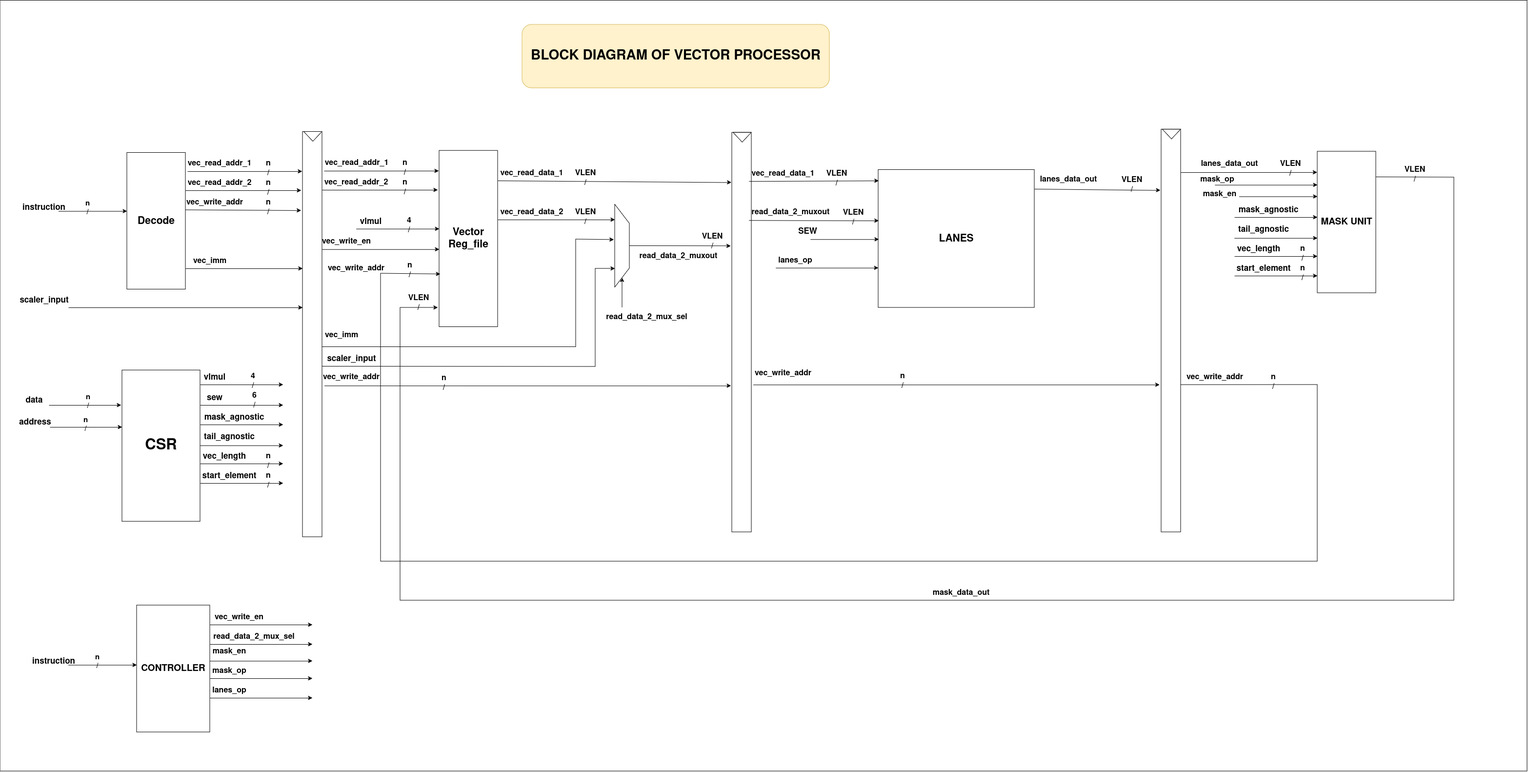
The draw.io diagram docs/vector_processor_docs/vector_processor_block_diagram.drawio.png in Fazail333/Vector-Co-processor, before a commit. Source tidied: cells renumbered, new cells last; positions are measured from the earlier drawing's top-left corner, leaving out a move shared by most shapes.
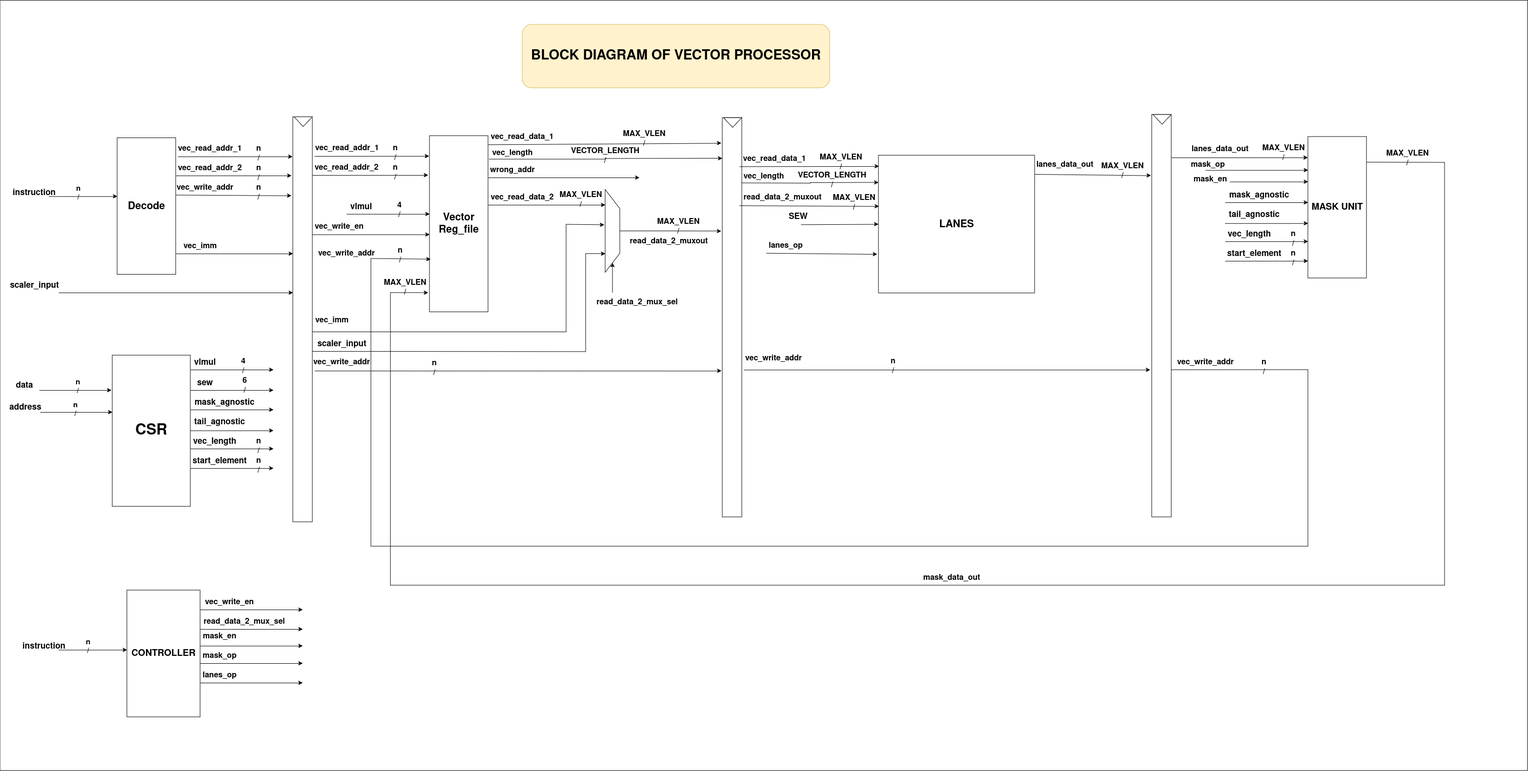
Above is the later version.

Commit message:
Updated the pinout diagram of the vector processor

Change to the diagram source:
```diff
@@ -60,5 +60,6 @@
     </mxCell>
-    <mxCell id="16" style="endArrow=classic;html=1;rounded=0;entryX=0.125;entryY=1.029;entryDx=0;entryDy=0;entryPerimeter=0;labelBackgroundColor=none;fontColor=default;" parent="1" edge="1" target="49">
+    <mxCell id="16" style="endArrow=classic;html=1;rounded=0;entryX=0.117;entryY=1.05;entryDx=0;entryDy=0;entryPerimeter=0;labelBackgroundColor=none;fontColor=default;" parent="1" edge="1">
       <mxGeometry relative="1" as="geometry">
-        <mxPoint x="1020" y="370" as="sourcePoint" />
+        <mxPoint x="1020" y="326.2" as="sourcePoint" />
+        <mxPoint x="1498" y="323.3" as="targetPoint" />
       </mxGeometry>
@@ -66,3 +67,3 @@
     <mxCell id="17" value="&lt;font size=&quot;1&quot;&gt;&lt;b&gt;&lt;font style=&quot;font-size: 16px;&quot;&gt;vec_read_data_1&lt;/font&gt;&lt;/b&gt;&lt;/font&gt;" style="text;html=1;align=center;verticalAlign=middle;whiteSpace=wrap;rounded=0;labelBackgroundColor=none;" parent="1" vertex="1">
-      <mxGeometry x="1060" y="340" width="60" height="30" as="geometry" />
+      <mxGeometry x="1060" y="296.2" width="60" height="30" as="geometry" />
     </mxCell>
@@ -77,10 +78,7 @@
     </mxCell>
-    <mxCell id="20" value="&lt;div style=&quot;font-size: 16px;&quot;&gt;&lt;font style=&quot;font-size: 16px;&quot;&gt;&lt;b&gt;VLEN&lt;br&gt;&lt;/b&gt;&lt;/font&gt;&lt;/div&gt;&lt;div style=&quot;font-size: 16px;&quot;&gt;&lt;font style=&quot;font-size: 16px;&quot;&gt;&lt;b&gt;/&lt;/b&gt;&lt;/font&gt;&lt;/div&gt;" style="text;html=1;align=center;verticalAlign=middle;whiteSpace=wrap;rounded=0;labelBackgroundColor=none;" parent="1" vertex="1">
-      <mxGeometry x="1170" y="350" width="60" height="30" as="geometry" />
+    <mxCell id="20" value="&lt;div style=&quot;font-size: 16px;&quot;&gt;&lt;font style=&quot;font-size: 16px;&quot;&gt;&lt;b&gt;MAX_VLEN&lt;br&gt;&lt;/b&gt;&lt;/font&gt;&lt;/div&gt;&lt;div style=&quot;font-size: 16px;&quot;&gt;&lt;font style=&quot;font-size: 16px;&quot;&gt;&lt;b&gt;/&lt;/b&gt;&lt;/font&gt;&lt;/div&gt;" style="text;html=1;align=center;verticalAlign=middle;whiteSpace=wrap;rounded=0;labelBackgroundColor=none;" parent="1" vertex="1">
+      <mxGeometry x="1310" y="300" width="60" height="30" as="geometry" />
     </mxCell>
-    <mxCell id="21" value="&lt;div style=&quot;font-size: 16px;&quot;&gt;&lt;font style=&quot;font-size: 16px;&quot;&gt;&lt;b&gt;VLEN&lt;br&gt;&lt;/b&gt;&lt;/font&gt;&lt;/div&gt;&lt;div style=&quot;font-size: 16px;&quot;&gt;&lt;font style=&quot;font-size: 16px;&quot;&gt;&lt;b&gt;/&lt;/b&gt;&lt;/font&gt;&lt;/div&gt;" style="text;html=1;align=center;verticalAlign=middle;whiteSpace=wrap;rounded=0;labelBackgroundColor=none;" parent="1" vertex="1">
-      <mxGeometry x="1170" y="430" width="60" height="30" as="geometry" />
-    </mxCell>
     <mxCell id="22" value="&lt;div style=&quot;font-size: 21px;&quot;&gt;&lt;font style=&quot;font-size: 21px;&quot;&gt;&lt;b&gt;&lt;font style=&quot;font-size: 21px;&quot;&gt;LANES&lt;/font&gt;&lt;br&gt;&lt;/b&gt;&lt;/font&gt;&lt;/div&gt;" style="rounded=0;whiteSpace=wrap;html=1;labelBackgroundColor=none;" parent="1" vertex="1">
-      <mxGeometry x="1800" y="347.5" width="320" height="282.5" as="geometry" />
+      <mxGeometry x="1820" y="348.2" width="320" height="282.5" as="geometry" />
     </mxCell>
@@ -92,5 +90,2 @@
     </mxCell>
-    <mxCell id="25" value="&lt;div style=&quot;font-size: 16px;&quot;&gt;&lt;font style=&quot;font-size: 16px;&quot;&gt;&lt;b&gt;VLEN&lt;br&gt;&lt;/b&gt;&lt;/font&gt;&lt;/div&gt;&lt;div style=&quot;font-size: 16px;&quot;&gt;&lt;font style=&quot;font-size: 16px;&quot;&gt;&lt;b&gt;/&lt;/b&gt;&lt;/font&gt;&lt;/div&gt;" style="text;html=1;align=center;verticalAlign=middle;whiteSpace=wrap;rounded=0;labelBackgroundColor=none;" parent="1" vertex="1">
-      <mxGeometry x="2615" y="330.5" width="60" height="30" as="geometry" />
-    </mxCell>
     <mxCell id="26" value="&lt;font size=&quot;1&quot;&gt;&lt;b&gt;&lt;font style=&quot;font-size: 16px;&quot;&gt;lanes_data_out&lt;/font&gt;&lt;/b&gt;&lt;/font&gt;" style="text;html=1;align=center;verticalAlign=middle;whiteSpace=wrap;rounded=0;labelBackgroundColor=none;" parent="1" vertex="1">
@@ -110,5 +105,2 @@
     </mxCell>
-    <mxCell id="28" value="&lt;div style=&quot;font-size: 16px;&quot;&gt;&lt;font style=&quot;font-size: 16px;&quot;&gt;&lt;b&gt;VLEN&lt;br&gt;&lt;/b&gt;&lt;/font&gt;&lt;/div&gt;&lt;div style=&quot;font-size: 16px;&quot;&gt;&lt;font style=&quot;font-size: 16px;&quot;&gt;&lt;b&gt;/&lt;/b&gt;&lt;/font&gt;&lt;/div&gt;" style="text;html=1;align=center;verticalAlign=middle;whiteSpace=wrap;rounded=0;labelBackgroundColor=none;" parent="1" vertex="1">
-      <mxGeometry x="2870" y="342.5" width="60" height="30" as="geometry" />
-    </mxCell>
     <mxCell id="29" value="&lt;font size=&quot;1&quot;&gt;&lt;b&gt;&lt;font style=&quot;font-size: 16px;&quot;&gt;mask_data_out&lt;/font&gt;&lt;/b&gt;&lt;/font&gt;" style="text;html=1;align=center;verticalAlign=middle;whiteSpace=wrap;rounded=0;labelBackgroundColor=none;" parent="1" vertex="1">
@@ -162,3 +154,3 @@
     <mxCell id="41" value="&lt;font size=&quot;1&quot;&gt;&lt;b&gt;&lt;font style=&quot;font-size: 16px;&quot;&gt;vec_write_en&lt;/font&gt;&lt;/b&gt;&lt;/font&gt;" style="text;html=1;align=center;verticalAlign=middle;whiteSpace=wrap;rounded=0;labelBackgroundColor=none;" parent="1" vertex="1">
-      <mxGeometry x="680" y="480" width="60" height="30" as="geometry" />
+      <mxGeometry x="685" y="480" width="60" height="30" as="geometry" />
     </mxCell>
@@ -202,3 +194,3 @@
     <mxCell id="52" value="&lt;font size=&quot;1&quot;&gt;&lt;b&gt;&lt;font style=&quot;font-size: 16px;&quot;&gt;vec_read_data_1&lt;/font&gt;&lt;/b&gt;&lt;/font&gt;" style="text;html=1;align=center;verticalAlign=middle;whiteSpace=wrap;rounded=0;labelBackgroundColor=none;" parent="1" vertex="1">
-      <mxGeometry x="1575" y="341.2" width="60" height="30" as="geometry" />
+      <mxGeometry x="1577" y="341.2" width="60" height="30" as="geometry" />
     </mxCell>
@@ -209,12 +201,11 @@
     </mxCell>
-    <mxCell id="54" value="&lt;div style=&quot;font-size: 16px;&quot;&gt;&lt;font style=&quot;font-size: 16px;&quot;&gt;&lt;b&gt;VLEN&lt;br&gt;&lt;/b&gt;&lt;/font&gt;&lt;/div&gt;&lt;div style=&quot;font-size: 16px;&quot;&gt;&lt;font style=&quot;font-size: 16px;&quot;&gt;&lt;b&gt;/&lt;/b&gt;&lt;/font&gt;&lt;/div&gt;" style="text;html=1;align=center;verticalAlign=middle;whiteSpace=wrap;rounded=0;labelBackgroundColor=none;" parent="1" vertex="1">
-      <mxGeometry x="1685" y="351.2" width="60" height="30" as="geometry" />
+    <mxCell id="54" value="&lt;div style=&quot;font-size: 16px;&quot;&gt;&lt;font style=&quot;font-size: 16px;&quot;&gt;&lt;b&gt;MAX_VLEN&lt;br&gt;&lt;/b&gt;&lt;/font&gt;&lt;/div&gt;&lt;div style=&quot;font-size: 16px;&quot;&gt;&lt;font style=&quot;font-size: 16px;&quot;&gt;&lt;b&gt;/&lt;/b&gt;&lt;/font&gt;&lt;/div&gt;" style="text;html=1;align=center;verticalAlign=middle;whiteSpace=wrap;rounded=0;labelBackgroundColor=none;" parent="1" vertex="1">
+      <mxGeometry x="1713" y="348.2" width="60" height="30" as="geometry" />
     </mxCell>
-    <mxCell id="55" value="&lt;div style=&quot;font-size: 16px;&quot;&gt;&lt;font style=&quot;font-size: 16px;&quot;&gt;&lt;b&gt;VLEN&lt;br&gt;&lt;/b&gt;&lt;/font&gt;&lt;/div&gt;&lt;div style=&quot;font-size: 16px;&quot;&gt;&lt;font style=&quot;font-size: 16px;&quot;&gt;&lt;b&gt;/&lt;/b&gt;&lt;/font&gt;&lt;/div&gt;" style="text;html=1;align=center;verticalAlign=middle;whiteSpace=wrap;rounded=0;labelBackgroundColor=none;" parent="1" vertex="1">
-      <mxGeometry x="1719" y="431.2" width="60" height="30" as="geometry" />
+    <mxCell id="55" value="&lt;div style=&quot;font-size: 16px;&quot;&gt;&lt;font style=&quot;font-size: 16px;&quot;&gt;&lt;b&gt;MAX_VLEN&lt;br&gt;&lt;/b&gt;&lt;/font&gt;&lt;/div&gt;&lt;div style=&quot;font-size: 16px;&quot;&gt;&lt;font style=&quot;font-size: 16px;&quot;&gt;&lt;b&gt;/&lt;/b&gt;&lt;/font&gt;&lt;/div&gt;" style="text;html=1;align=center;verticalAlign=middle;whiteSpace=wrap;rounded=0;labelBackgroundColor=none;" parent="1" vertex="1">
+      <mxGeometry x="1740" y="431.2" width="60" height="30" as="geometry" />
     </mxCell>
-    <mxCell id="56" style="endArrow=classic;html=1;rounded=0;labelBackgroundColor=none;fontColor=default;" parent="1" edge="1">
+    <mxCell id="56" style="endArrow=classic;html=1;rounded=0;labelBackgroundColor=none;fontColor=default;entryX=0;entryY=0.5;entryDx=0;entryDy=0;" parent="1" edge="1" target="22">
       <mxGeometry relative="1" as="geometry">
         <mxPoint x="1661" y="490.2" as="sourcePoint" />
-        <mxPoint x="1801" y="490.2" as="targetPoint" />
       </mxGeometry>
@@ -261,7 +252,4 @@
     <mxCell id="66" value="&lt;b&gt;&lt;font style=&quot;font-size: 16px;&quot;&gt;read_data_2_muxout&lt;/font&gt;&lt;/b&gt;" style="text;html=1;align=center;verticalAlign=middle;strokeColor=none;fillColor=none;labelBackgroundColor=none;" parent="1" vertex="1">
-      <mxGeometry x="1530" y="420" width="180" height="30" as="geometry" />
+      <mxGeometry x="1533" y="420" width="180" height="30" as="geometry" />
     </mxCell>
-    <mxCell id="67" value="&lt;div style=&quot;font-size: 16px;&quot;&gt;&lt;font style=&quot;font-size: 16px;&quot;&gt;&lt;b&gt;VLEN&lt;br&gt;&lt;/b&gt;&lt;/font&gt;&lt;/div&gt;&lt;div style=&quot;font-size: 16px;&quot;&gt;&lt;font style=&quot;font-size: 16px;&quot;&gt;&lt;b&gt;/&lt;/b&gt;&lt;/font&gt;&lt;/div&gt;" style="text;html=1;align=center;verticalAlign=middle;whiteSpace=wrap;rounded=0;labelBackgroundColor=none;" parent="1" vertex="1">
-      <mxGeometry x="1430" y="480" width="60" height="30" as="geometry" />
-    </mxCell>
     <mxCell id="68" style="endArrow=classic;html=1;rounded=0;labelBackgroundColor=none;fontColor=default;" parent="1" edge="1">
@@ -302,11 +290,8 @@
     </mxCell>
-    <mxCell id="77" value="&lt;div style=&quot;font-size: 16px;&quot;&gt;&lt;font style=&quot;font-size: 16px;&quot;&gt;&lt;b&gt;VLEN&lt;br&gt;&lt;/b&gt;&lt;/font&gt;&lt;/div&gt;&lt;div style=&quot;font-size: 16px;&quot;&gt;&lt;font style=&quot;font-size: 16px;&quot;&gt;&lt;b&gt;/&lt;/b&gt;&lt;/font&gt;&lt;/div&gt;" style="text;html=1;align=center;verticalAlign=middle;whiteSpace=wrap;rounded=0;labelBackgroundColor=none;" parent="1" vertex="1">
-      <mxGeometry x="2290" y="364" width="60" height="30" as="geometry" />
-    </mxCell>
     <mxCell id="78" value="&lt;font size=&quot;1&quot;&gt;&lt;b&gt;&lt;font style=&quot;font-size: 16px;&quot;&gt;lanes_data_out&lt;/font&gt;&lt;/b&gt;&lt;/font&gt;" style="text;html=1;align=center;verticalAlign=middle;whiteSpace=wrap;rounded=0;labelBackgroundColor=none;" parent="1" vertex="1">
-      <mxGeometry x="2160" y="352.5" width="60" height="30" as="geometry" />
+      <mxGeometry x="2172" y="352.5" width="60" height="30" as="geometry" />
     </mxCell>
-    <mxCell id="79" style="endArrow=classic;html=1;rounded=0;exitX=0.213;exitY=0.046;exitDx=0;exitDy=0;exitPerimeter=0;entryX=0.317;entryY=1.046;entryDx=0;entryDy=0;entryPerimeter=0;labelBackgroundColor=none;fontColor=default;" parent="1" edge="1">
+    <mxCell id="79" style="endArrow=classic;html=1;rounded=0;entryX=0.317;entryY=1.046;entryDx=0;entryDy=0;entryPerimeter=0;labelBackgroundColor=none;fontColor=default;" parent="1" edge="1">
       <mxGeometry relative="1" as="geometry">
-        <mxPoint x="2120" y="387" as="sourcePoint" />
+        <mxPoint x="2140" y="387" as="sourcePoint" />
         <mxPoint x="2378.2" y="389.7" as="targetPoint" />
@@ -525,5 +510,2 @@
     </mxCell>
-    <mxCell id="128" value="&lt;div style=&quot;font-size: 16px;&quot;&gt;&lt;font style=&quot;font-size: 16px;&quot;&gt;&lt;b&gt;VLEN&lt;br&gt;&lt;/b&gt;&lt;/font&gt;&lt;/div&gt;&lt;div style=&quot;font-size: 16px;&quot;&gt;&lt;font style=&quot;font-size: 16px;&quot;&gt;&lt;b&gt;/&lt;/b&gt;&lt;/font&gt;&lt;/div&gt;" style="text;html=1;align=center;verticalAlign=middle;whiteSpace=wrap;rounded=0;labelBackgroundColor=none;" parent="1" vertex="1">
-      <mxGeometry x="828" y="606" width="60" height="30" as="geometry" />
-    </mxCell>
     <mxCell id="129" style="endArrow=classic;html=1;rounded=0;labelBackgroundColor=none;fontColor=default;" parent="1" edge="1">
@@ -546,6 +528,5 @@
     </mxCell>
-    <mxCell id="133" style="endArrow=classic;html=1;rounded=0;labelBackgroundColor=none;fontColor=default;" parent="1" edge="1">
+    <mxCell id="133" style="endArrow=classic;html=1;rounded=0;labelBackgroundColor=none;fontColor=default;entryX=-0.009;entryY=0.718;entryDx=0;entryDy=0;entryPerimeter=0;" parent="1" edge="1" target="22">
       <mxGeometry relative="1" as="geometry">
         <mxPoint x="1590" y="548.8" as="sourcePoint" />
-        <mxPoint x="1800" y="548.8" as="targetPoint" />
       </mxGeometry>
@@ -565,3 +546,3 @@
     <mxCell id="137" style="swimlane;startSize=0;" parent="1" vertex="1">
-      <mxGeometry width="3130" height="1580" as="geometry" />
+      <mxGeometry x="20" y="30" width="3130" height="1580" as="geometry" />
     </mxCell>
@@ -570,2 +551,52 @@
     </mxCell>
+    <mxCell id="139" style="edgeStyle=orthogonalEdgeStyle;rounded=0;jettySize=auto;html=1;entryX=0.155;entryY=1;entryDx=0;entryDy=0;entryPerimeter=0;exitX=1.017;exitY=0.133;exitDx=0;exitDy=0;exitPerimeter=0;" parent="1" edge="1" source="6">
+      <mxGeometry relative="1" as="geometry">
+        <mxPoint x="1500" y="354.4" as="targetPoint" />
+      </mxGeometry>
+    </mxCell>
+    <mxCell id="140" value="&lt;font size=&quot;1&quot;&gt;&lt;b&gt;&lt;font style=&quot;font-size: 16px;&quot;&gt;vec_length&lt;/font&gt;&lt;/b&gt;&lt;/font&gt;" style="text;html=1;align=center;verticalAlign=middle;whiteSpace=wrap;rounded=0;labelBackgroundColor=none;" parent="1" vertex="1">
+      <mxGeometry x="1040" y="328.8" width="60" height="30" as="geometry" />
+    </mxCell>
+    <mxCell id="141" value="&lt;div style=&quot;font-size: 16px;&quot;&gt;&lt;font style=&quot;font-size: 16px;&quot;&gt;&lt;b&gt;VECTOR_LENGTH&lt;br&gt;&lt;/b&gt;&lt;/font&gt;&lt;/div&gt;&lt;div style=&quot;font-size: 16px;&quot;&gt;&lt;font style=&quot;font-size: 16px;&quot;&gt;&lt;b&gt;/&lt;/b&gt;&lt;/font&gt;&lt;/div&gt;" style="text;html=1;align=center;verticalAlign=middle;whiteSpace=wrap;rounded=0;labelBackgroundColor=none;" parent="1" vertex="1">
+      <mxGeometry x="1235" y="337" width="50" height="26" as="geometry" />
+    </mxCell>
+    <mxCell id="142" value="&lt;font size=&quot;1&quot;&gt;&lt;b&gt;&lt;font style=&quot;font-size: 16px;&quot;&gt;vec_length&lt;/font&gt;&lt;/b&gt;&lt;/font&gt;" style="text;html=1;align=center;verticalAlign=middle;whiteSpace=wrap;rounded=0;labelBackgroundColor=none;" parent="1" vertex="1">
+      <mxGeometry x="1555" y="377.1" width="60" height="30" as="geometry" />
+    </mxCell>
+    <mxCell id="143" style="edgeStyle=orthogonalEdgeStyle;rounded=0;orthogonalLoop=1;jettySize=auto;html=1;" parent="1" edge="1">
+      <mxGeometry relative="1" as="geometry">
+        <mxPoint x="1540" y="405" as="sourcePoint" />
+        <mxPoint x="1820" y="404" as="targetPoint" />
+      </mxGeometry>
+    </mxCell>
+    <mxCell id="144" style="endArrow=classic;html=1;rounded=0;" parent="1" edge="1">
+      <mxGeometry relative="1" as="geometry">
+        <mxPoint x="1020" y="394" as="sourcePoint" />
+        <mxPoint x="1330" y="394" as="targetPoint" />
+      </mxGeometry>
+    </mxCell>
+    <mxCell id="145" value="&lt;font size=&quot;1&quot;&gt;&lt;b&gt;&lt;font style=&quot;font-size: 16px;&quot;&gt;wrong_addr&lt;/font&gt;&lt;/b&gt;&lt;/font&gt;" style="text;html=1;align=center;verticalAlign=middle;whiteSpace=wrap;rounded=0;labelBackgroundColor=none;" parent="1" vertex="1">
+      <mxGeometry x="1040" y="364" width="60" height="30" as="geometry" />
+    </mxCell>
+    <mxCell id="146" value="&lt;div style=&quot;font-size: 16px;&quot;&gt;&lt;font style=&quot;font-size: 16px;&quot;&gt;&lt;b&gt;VECTOR_LENGTH&lt;br&gt;&lt;/b&gt;&lt;/font&gt;&lt;/div&gt;&lt;div style=&quot;font-size: 16px;&quot;&gt;&lt;font style=&quot;font-size: 16px;&quot;&gt;&lt;b&gt;/&lt;/b&gt;&lt;/font&gt;&lt;/div&gt;" style="text;html=1;align=center;verticalAlign=middle;whiteSpace=wrap;rounded=0;labelBackgroundColor=none;" parent="1" vertex="1">
+      <mxGeometry x="1700" y="386.5" width="50" height="26" as="geometry" />
+    </mxCell>
+    <mxCell id="147" value="&lt;div style=&quot;font-size: 16px;&quot;&gt;&lt;font style=&quot;font-size: 16px;&quot;&gt;&lt;b&gt;MAX_VLEN&lt;br&gt;&lt;/b&gt;&lt;/font&gt;&lt;/div&gt;&lt;div style=&quot;font-size: 16px;&quot;&gt;&lt;font style=&quot;font-size: 16px;&quot;&gt;&lt;b&gt;/&lt;/b&gt;&lt;/font&gt;&lt;/div&gt;" style="text;html=1;align=center;verticalAlign=middle;whiteSpace=wrap;rounded=0;labelBackgroundColor=none;" parent="1" vertex="1">
+      <mxGeometry x="2290" y="366" width="60" height="30" as="geometry" />
+    </mxCell>
+    <mxCell id="148" value="&lt;div style=&quot;font-size: 16px;&quot;&gt;&lt;font style=&quot;font-size: 16px;&quot;&gt;&lt;b&gt;MAX_VLEN&lt;br&gt;&lt;/b&gt;&lt;/font&gt;&lt;/div&gt;&lt;div style=&quot;font-size: 16px;&quot;&gt;&lt;font style=&quot;font-size: 16px;&quot;&gt;&lt;b&gt;/&lt;/b&gt;&lt;/font&gt;&lt;/div&gt;" style="text;html=1;align=center;verticalAlign=middle;whiteSpace=wrap;rounded=0;labelBackgroundColor=none;" parent="1" vertex="1">
+      <mxGeometry x="1380" y="480" width="60" height="30" as="geometry" />
+    </mxCell>
+    <mxCell id="149" value="&lt;div style=&quot;font-size: 16px;&quot;&gt;&lt;font style=&quot;font-size: 16px;&quot;&gt;&lt;b&gt;MAX_VLEN&lt;br&gt;&lt;/b&gt;&lt;/font&gt;&lt;/div&gt;&lt;div style=&quot;font-size: 16px;&quot;&gt;&lt;font style=&quot;font-size: 16px;&quot;&gt;&lt;b&gt;/&lt;/b&gt;&lt;/font&gt;&lt;/div&gt;" style="text;html=1;align=center;verticalAlign=middle;whiteSpace=wrap;rounded=0;labelBackgroundColor=none;" parent="1" vertex="1">
+      <mxGeometry x="1180" y="425" width="60" height="30" as="geometry" />
+    </mxCell>
+    <mxCell id="150" value="&lt;div style=&quot;font-size: 16px;&quot;&gt;&lt;font style=&quot;font-size: 16px;&quot;&gt;&lt;b&gt;MAX_VLEN&lt;br&gt;&lt;/b&gt;&lt;/font&gt;&lt;/div&gt;&lt;div style=&quot;font-size: 16px;&quot;&gt;&lt;font style=&quot;font-size: 16px;&quot;&gt;&lt;b&gt;/&lt;/b&gt;&lt;/font&gt;&lt;/div&gt;" style="text;html=1;align=center;verticalAlign=middle;whiteSpace=wrap;rounded=0;labelBackgroundColor=none;" parent="1" vertex="1">
+      <mxGeometry x="2874" y="340" width="60" height="30" as="geometry" />
+    </mxCell>
+    <mxCell id="151" value="&lt;div style=&quot;font-size: 16px;&quot;&gt;&lt;font style=&quot;font-size: 16px;&quot;&gt;&lt;b&gt;MAX_VLEN&lt;br&gt;&lt;/b&gt;&lt;/font&gt;&lt;/div&gt;&lt;div style=&quot;font-size: 16px;&quot;&gt;&lt;font style=&quot;font-size: 16px;&quot;&gt;&lt;b&gt;/&lt;/b&gt;&lt;/font&gt;&lt;/div&gt;" style="text;html=1;align=center;verticalAlign=middle;whiteSpace=wrap;rounded=0;labelBackgroundColor=none;" parent="1" vertex="1">
+      <mxGeometry x="2620" y="329" width="60" height="30" as="geometry" />
+    </mxCell>
+    <mxCell id="152" value="&lt;div style=&quot;font-size: 16px;&quot;&gt;&lt;font style=&quot;font-size: 16px;&quot;&gt;&lt;b&gt;MAX_VLEN&lt;br&gt;&lt;/b&gt;&lt;/font&gt;&lt;/div&gt;&lt;div style=&quot;font-size: 16px;&quot;&gt;&lt;font style=&quot;font-size: 16px;&quot;&gt;&lt;b&gt;/&lt;/b&gt;&lt;/font&gt;&lt;/div&gt;" style="text;html=1;align=center;verticalAlign=middle;whiteSpace=wrap;rounded=0;labelBackgroundColor=none;" parent="1" vertex="1">
+      <mxGeometry x="820" y="605.2" width="60" height="30" as="geometry" />
+    </mxCell>
   </root>
```
